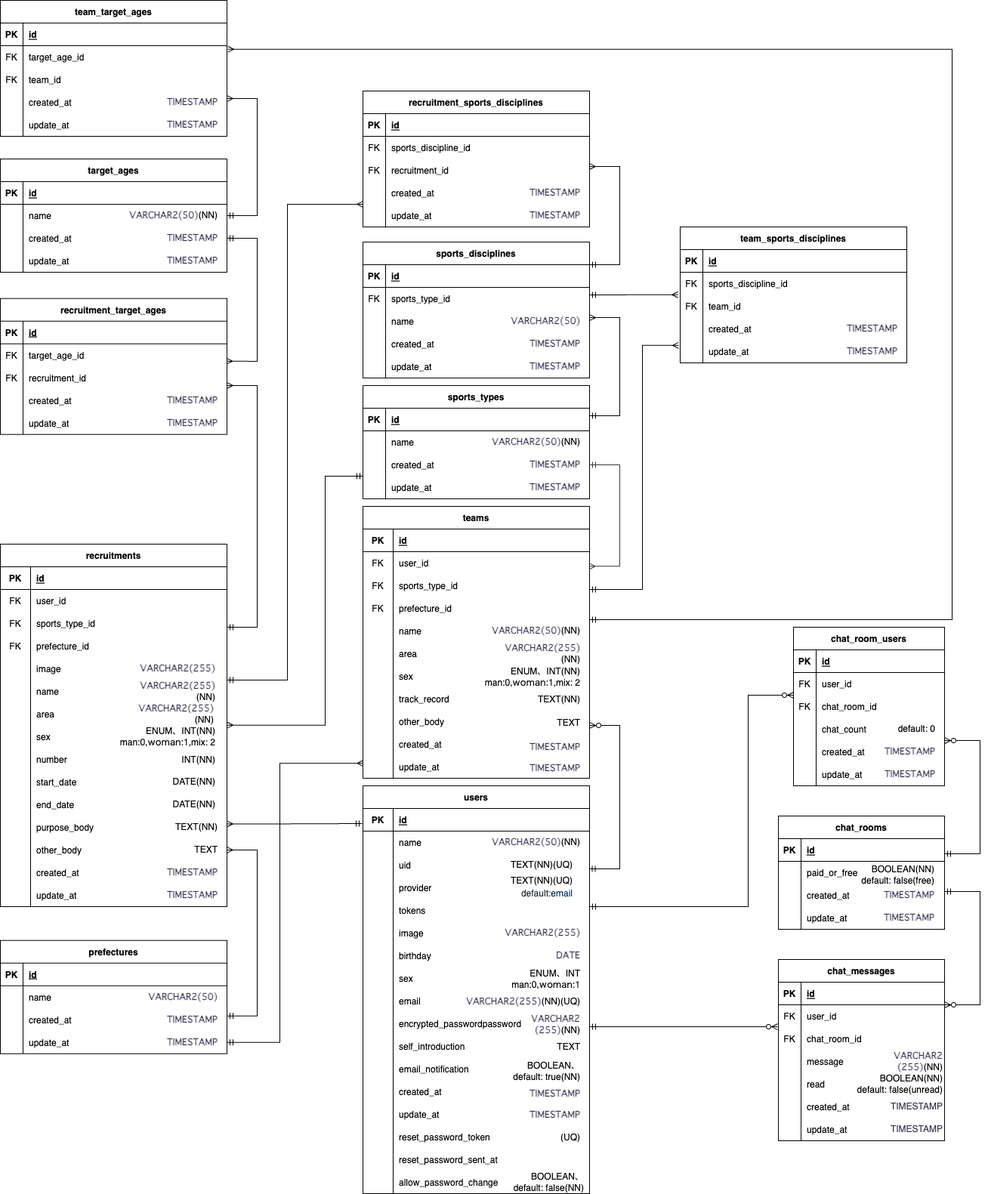
Earlier version of the draw.io export drawing/er図.png (toshinori-m/stay_connect). Source tidied: cells renumbered, new cells last; positions are measured from the earlier drawing's top-left corner, leaving out a move shared by most shapes.
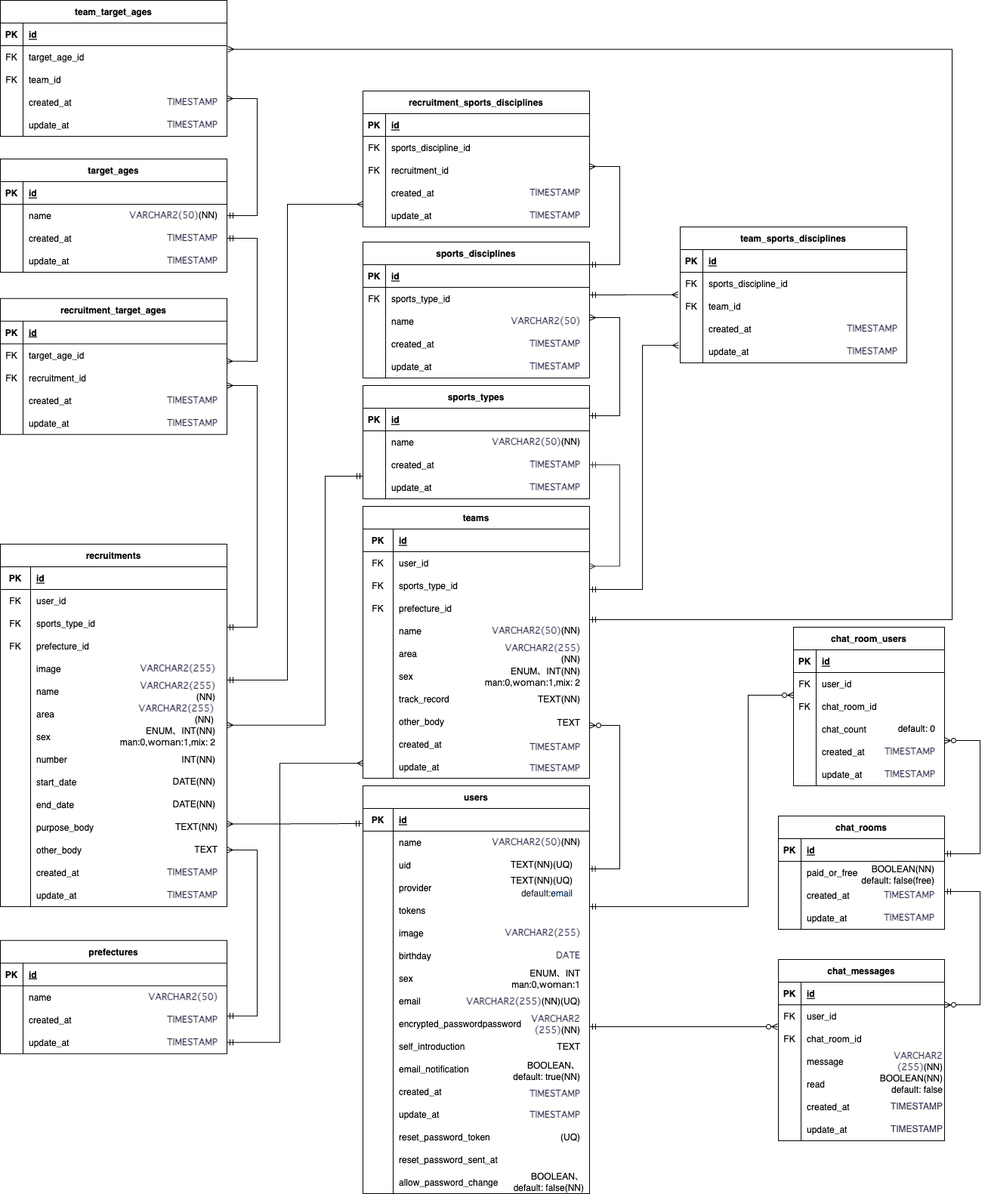
After the change.

Change to the diagram source:
```diff
@@ -1295,7 +1295,7 @@
     <mxCell id="391" style="shape=partialRectangle;fillColor=none;top=0;left=0;bottom=0;right=0;overflow=hidden;" parent="390" vertex="1">
       <mxGeometry width="30" height="30" as="geometry" />
     </mxCell>
-    <mxCell id="392" value="BOOLEAN(NN)&lt;br&gt;default:&amp;nbsp;false(unread)" style="rounded=0;whiteSpace=wrap;html=1;fillColor=none;strokeColor=none;align=right;" parent="1" vertex="1">
+    <mxCell id="392" value="BOOLEAN(NN)&lt;br&gt;default:&amp;nbsp;false" style="rounded=0;whiteSpace=wrap;html=1;fillColor=none;strokeColor=none;align=right;" parent="1" vertex="1">
       <mxGeometry x="1100" y="1420" width="150" height="30" as="geometry" />
     </mxCell>
   </root>
```
